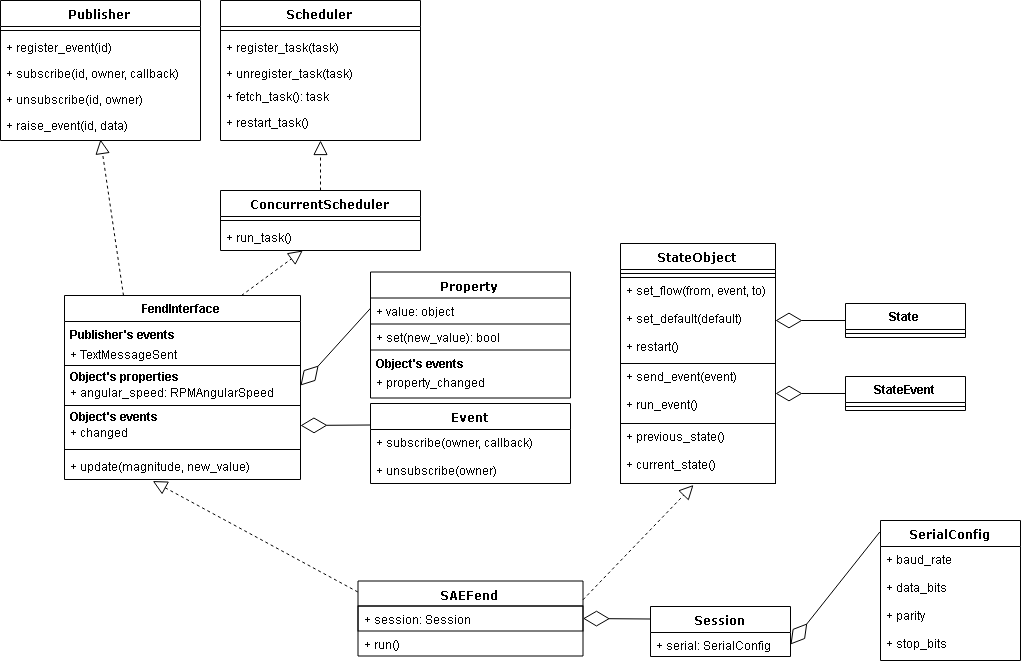
This is docs/SAEFend_UML.png from Kammann123/sae_fend, a draw.io export, as it was before one commit. Source tidied: cells renumbered, new cells last; positions are measured from the earlier drawing's top-left corner, leaving out a move shared by most shapes.
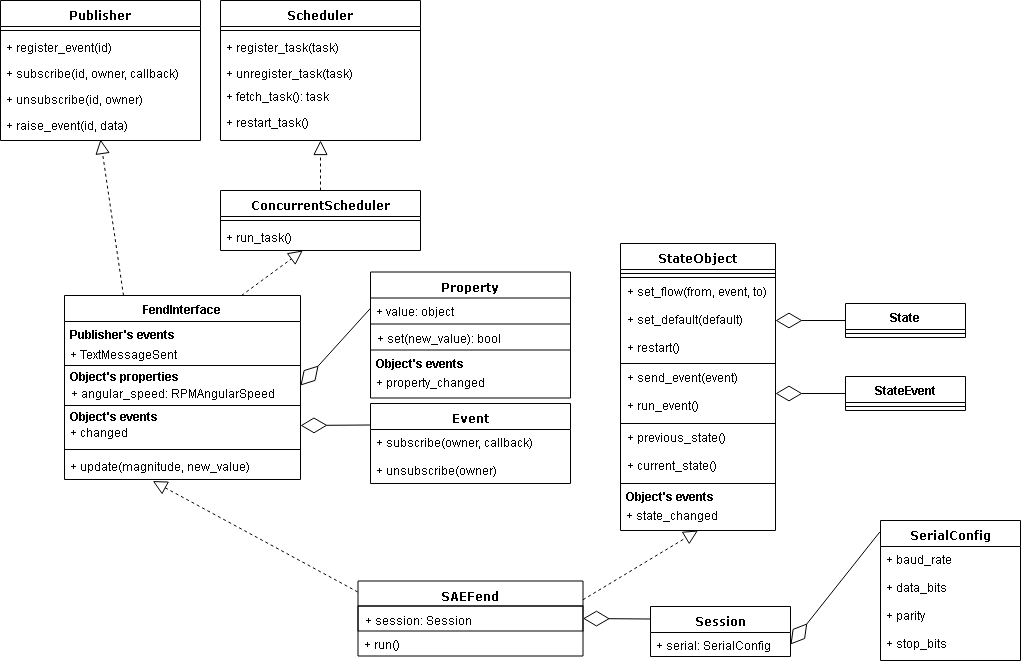
The same file after the commit.

Commit message:
Some details of the UML diagram

Change to the diagram source:
```diff
@@ -91,7 +91,7 @@
       </mxGeometry>
     </mxCell>
     <mxCell id="30" value="StateObject" style="swimlane;html=1;fontStyle=1;align=center;verticalAlign=top;horizontal=1;startSize=26;swimlaneFillColor=#ffffff;rounded=0;shadow=0;comic=0;labelBackgroundColor=none;strokeColor=#000000;strokeWidth=1;fillColor=none;fontFamily=Verdana;fontSize=12;fontColor=#000000;" parent="1" vertex="1">
-      <mxGeometry x="620" y="243" width="155" height="240" as="geometry" />
+      <mxGeometry x="620" y="243" width="155" height="287" as="geometry" />
     </mxCell>
     <mxCell id="31" style="line;html=1;strokeWidth=1;fillColor=none;align=left;verticalAlign=middle;spacingTop=-1;spacingLeft=3;spacingRight=3;labelPosition=right;" parent="30" vertex="1">
       <mxGeometry y="26" width="155" height="8" as="geometry" />
@@ -105,6 +105,12 @@
     <mxCell id="34" value="+ previous_state()&lt;br&gt;&lt;br&gt;+ current_state()" style="text;html=1;strokeColor=#000000;fillColor=none;align=left;verticalAlign=top;spacingLeft=4;spacingRight=4;whiteSpace=wrap;overflow=hidden;points=[[0,0.5],[1,0.5]];portConstraint=eastwest;" parent="30" vertex="1">
       <mxGeometry y="180" width="155" height="60" as="geometry" />
     </mxCell>
+    <mxCell id="60" value="Object's events" style="text;strokeColor=none;fillColor=none;align=left;verticalAlign=top;spacingLeft=4;spacingRight=4;overflow=hidden;fontStyle=1;" parent="30" vertex="1">
+      <mxGeometry y="240" width="155" height="19" as="geometry" />
+    </mxCell>
+    <mxCell id="61" value="+ state_changed" style="text;html=1;strokeColor=none;fillColor=none;align=left;verticalAlign=top;spacingLeft=4;spacingRight=4;whiteSpace=wrap;overflow=hidden;" parent="30" vertex="1">
+      <mxGeometry y="259" width="155" height="21" as="geometry" />
+    </mxCell>
     <mxCell id="35" value="State" style="swimlane;fontStyle=1;align=center;verticalAlign=top;horizontal=1;startSize=26;labelBackgroundColor=none;strokeColor=#000000;fontColor=#000000;" parent="1" vertex="1">
       <mxGeometry x="845" y="303" width="120" height="34" as="geometry" />
     </mxCell>
@@ -159,7 +165,7 @@
     <mxCell id="52" style="endArrow=block;dashed=1;endFill=0;endSize=12;html=1;exitX=-0.001;exitY=0.146;exitDx=0;exitDy=0;entryX=0.374;entryY=1.06;entryDx=0;entryDy=0;entryPerimeter=0;exitPerimeter=0;" parent="1" edge="1" source="49" target="24">
       <mxGeometry relative="1" as="geometry" />
     </mxCell>
-    <mxCell id="53" style="endArrow=block;dashed=1;endFill=0;endSize=12;html=1;exitX=1;exitY=0.25;exitDx=0;exitDy=0;entryX=0.471;entryY=1.025;entryDx=0;entryDy=0;entryPerimeter=0;" parent="1" edge="1" source="49" target="34">
+    <mxCell id="53" style="endArrow=block;dashed=1;endFill=0;endSize=12;html=1;exitX=1;exitY=0.25;exitDx=0;exitDy=0;entryX=0.5;entryY=1;entryDx=0;entryDy=0;" parent="1" edge="1" source="49" target="30">
       <mxGeometry relative="1" as="geometry" />
     </mxCell>
     <mxCell id="54" value="Session" style="swimlane;html=1;fontStyle=1;align=center;verticalAlign=top;horizontal=1;startSize=26;swimlaneFillColor=#ffffff;rounded=0;shadow=0;comic=0;labelBackgroundColor=none;strokeColor=#000000;strokeWidth=1;fillColor=none;fontFamily=Verdana;fontSize=12;fontColor=#000000;" parent="1" vertex="1">
```
